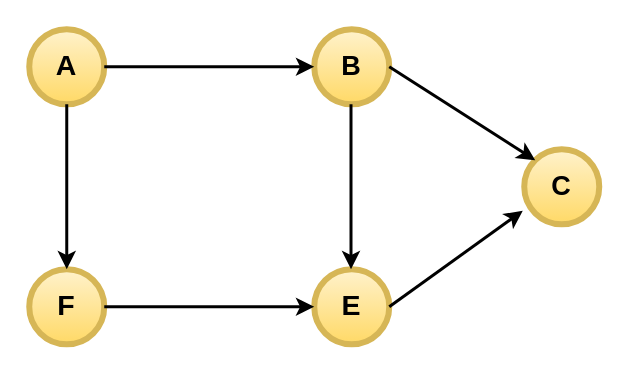
This is graph.drawio from EkraBD/MyRep2, a draw.io file, before an edit. Source tidied: cells renumbered, new cells numbered last; positions are measured from the earlier drawing's top-left corner, leaving out a move shared by most shapes. Both pictures are drawn from the tidied source at 150%, with x=0, y=0 at pixel (28, 28).
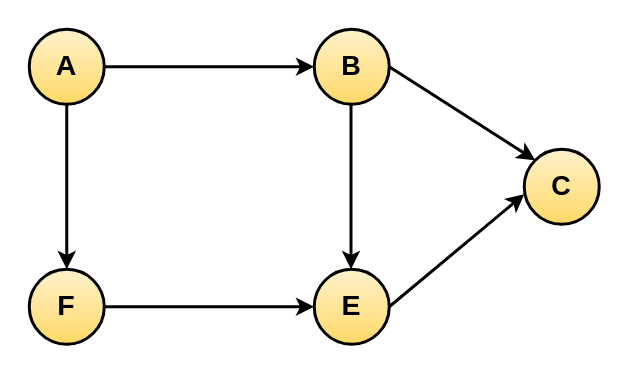
The same diagram, later.

What changed in the source:
```diff
@@
 <mxGraphModel>
   <root>
     <mxCell id="0" />
     <mxCell id="1" parent="0" />
-    <mxCell id="2" value="&lt;font style=&quot;font-size: 18px;&quot;&gt;C&lt;/font&gt;" style="ellipse;whiteSpace=wrap;html=1;fillColor=#fff2cc;strokeColor=#d6b656;gradientColor=#ffd966;fontStyle=1;labelBorderColor=none;strokeWidth=4;" parent="1" vertex="1">
+    <mxCell id="2" value="&lt;font style=&quot;font-size: 18px;&quot;&gt;C&lt;/font&gt;" style="ellipse;whiteSpace=wrap;html=1;fillColor=#fff2cc;strokeColor=default;gradientColor=#ffd966;fontStyle=1;labelBorderColor=none;strokeWidth=2;" parent="1" vertex="1">
       <mxGeometry x="330" y="80" width="50" height="50" as="geometry" />
     </mxCell>
-    <mxCell id="3" value="&lt;font style=&quot;font-size: 18px;&quot;&gt;B&lt;/font&gt;" style="ellipse;whiteSpace=wrap;html=1;fillColor=#fff2cc;strokeColor=#d6b656;gradientColor=#ffd966;fontStyle=1;labelBorderColor=none;strokeWidth=4;" parent="1" vertex="1">
+    <mxCell id="3" value="&lt;font style=&quot;font-size: 18px;&quot;&gt;B&lt;/font&gt;" style="ellipse;whiteSpace=wrap;html=1;fillColor=#fff2cc;strokeColor=default;gradientColor=#ffd966;fontStyle=1;labelBorderColor=none;strokeWidth=2;" parent="1" vertex="1">
       <mxGeometry x="190" width="50" height="50" as="geometry" />
     </mxCell>
-    <mxCell id="4" value="&lt;font style=&quot;font-size: 19px;&quot;&gt;A&lt;/font&gt;" style="ellipse;whiteSpace=wrap;html=1;fillColor=#fff2cc;strokeColor=#d6b656;gradientColor=#ffd966;fontStyle=1;labelBorderColor=none;strokeWidth=4;" parent="1" vertex="1">
+    <mxCell id="4" value="&lt;font style=&quot;font-size: 19px;&quot;&gt;A&lt;/font&gt;" style="ellipse;whiteSpace=wrap;html=1;fillColor=#fff2cc;strokeColor=default;gradientColor=#ffd966;fontStyle=1;labelBorderColor=none;strokeWidth=2;" parent="1" vertex="1">
       <mxGeometry width="50" height="50" as="geometry" />
     </mxCell>
-    <mxCell id="5" value="&lt;span style=&quot;font-size: 19px;&quot;&gt;F&lt;/span&gt;" style="ellipse;whiteSpace=wrap;html=1;fillColor=#fff2cc;strokeColor=#d6b656;gradientColor=#ffd966;fontStyle=1;labelBorderColor=none;strokeWidth=4;" parent="1" vertex="1">
+    <mxCell id="5" value="&lt;span style=&quot;font-size: 19px;&quot;&gt;F&lt;/span&gt;" style="ellipse;whiteSpace=wrap;html=1;fillColor=#fff2cc;strokeColor=default;gradientColor=#ffd966;fontStyle=1;labelBorderColor=none;strokeWidth=2;" parent="1" vertex="1">
       <mxGeometry y="160" width="50" height="50" as="geometry" />
     </mxCell>
-    <mxCell id="6" value="&lt;span style=&quot;font-size: 19px;&quot;&gt;E&lt;/span&gt;" style="ellipse;whiteSpace=wrap;html=1;fillColor=#fff2cc;strokeColor=#d6b656;gradientColor=#ffd966;fontStyle=1;labelBorderColor=none;strokeWidth=4;" parent="1" vertex="1">
+    <mxCell id="6" value="&lt;span style=&quot;font-size: 19px;&quot;&gt;E&lt;/span&gt;" style="ellipse;whiteSpace=wrap;html=1;fillColor=#fff2cc;strokeColor=default;gradientColor=#ffd966;fontStyle=1;labelBorderColor=none;strokeWidth=2;" parent="1" vertex="1">
       <mxGeometry x="190" y="160" width="50" height="50" as="geometry" />
     </mxCell>
     <mxCell id="7" style="endArrow=classic;html=1;rounded=0;strokeWidth=2;exitX=1;exitY=0.5;exitDx=0;exitDy=0;entryX=0;entryY=0.5;entryDx=0;entryDy=0;" parent="1" edge="1" source="4" target="3">
       <mxGeometry relative="1" as="geometry" />
     </mxCell>
     <mxCell id="8" style="endArrow=classic;html=1;rounded=0;strokeWidth=2;exitX=1;exitY=0.5;exitDx=0;exitDy=0;entryX=0;entryY=0.5;entryDx=0;entryDy=0;" parent="1" edge="1" source="5" target="6">
       <mxGeometry relative="1" as="geometry" />
     </mxCell>
     <mxCell id="9" style="endArrow=classic;html=1;rounded=0;strokeWidth=2;exitX=0.5;exitY=1;exitDx=0;exitDy=0;entryX=0.5;entryY=0;entryDx=0;entryDy=0;entryPerimeter=0;" parent="1" edge="1" source="4" target="5">
       <mxGeometry relative="1" as="geometry">
         <Array as="points">
           <mxPoint x="25" y="100" />
         </Array>
       </mxGeometry>
     </mxCell>
     <mxCell id="10" style="endArrow=classic;html=1;rounded=0;strokeWidth=2;exitX=0.5;exitY=1;exitDx=0;exitDy=0;entryX=0.5;entryY=0;entryDx=0;entryDy=0;entryPerimeter=0;" parent="1" edge="1">
       <mxGeometry relative="1" as="geometry">
         <mxPoint x="214.5" y="50" as="sourcePoint" />
         <mxPoint x="214.5" y="160" as="targetPoint" />
       </mxGeometry>
     </mxCell>
-    <mxCell id="11" style="endArrow=classic;html=1;rounded=0;strokeWidth=2;exitX=1;exitY=0.5;exitDx=0;exitDy=0;entryX=-0.02;entryY=0.82;entryDx=0;entryDy=0;entryPerimeter=0;" parent="1" edge="1" source="6" target="2">
+    <mxCell id="11" style="endArrow=classic;html=1;rounded=0;strokeWidth=2;exitX=1;exitY=0.5;exitDx=0;exitDy=0;entryX=0;entryY=0.6;entryDx=0;entryDy=0;entryPerimeter=0;" parent="1" edge="1" source="6" target="2">
       <mxGeometry relative="1" as="geometry" />
     </mxCell>
     <mxCell id="12" style="endArrow=classic;html=1;rounded=0;strokeWidth=2;entryX=0;entryY=0;entryDx=0;entryDy=0;exitX=1;exitY=0.5;exitDx=0;exitDy=0;" parent="1" edge="1" source="3" target="2">
       <mxGeometry relative="1" as="geometry" />
     </mxCell>
   </root>
 </mxGraphModel>
```
